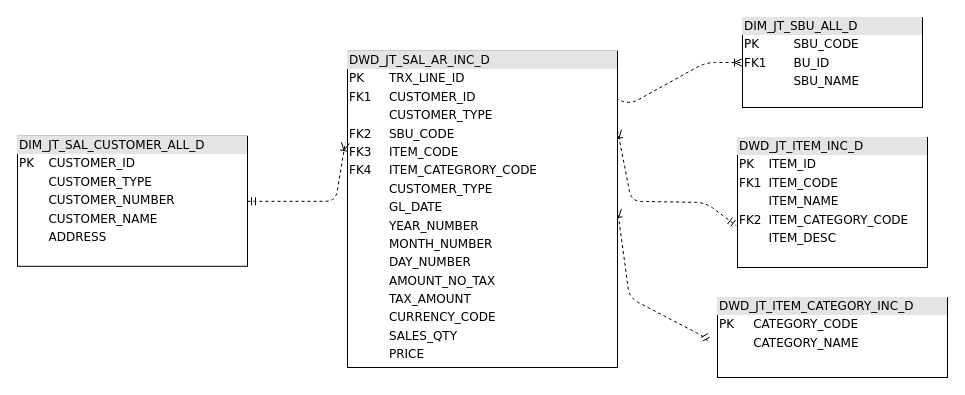
YMS-QC/YMS-QC.github.io keeps this draw.io diagram as Untitled Diagram.drawio. Above is the earlier version. Source tidied: cells renumbered, new cells numbered last; positions are measured from the earlier drawing's top-left corner, leaving out a move shared by most shapes. Both pictures are drawn from the tidied source at 100%, with x=0, y=0 at pixel (17, 17).
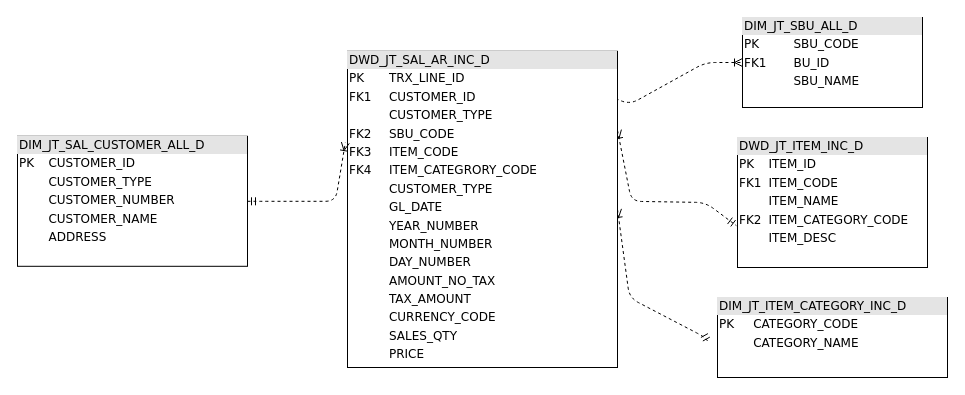
The same page after the edit.

Diff of the diagram source:
```diff
@@
 <mxGraphModel background="#ffffff">
   <root>
     <mxCell id="0" />
     <mxCell id="1" parent="0" />
     <mxCell id="2" style="edgeStyle=orthogonalEdgeStyle;html=1;dashed=1;labelBackgroundColor=none;startArrow=ERmandOne;endArrow=ERoneToMany;fontFamily=Verdana;fontSize=12;align=left;entryX=0;entryY=0.5;exitX=0.75;exitY=0.056;exitDx=0;exitDy=0;exitPerimeter=0;rounded=1;noEdgeStyle=1;orthogonal=1;" parent="1" edge="1" source="6" target="8">
       <mxGeometry relative="1" as="geometry">
         <Array as="points">
           <mxPoint x="612" y="87.1" />
           <mxPoint x="688" y="45" />
         </Array>
       </mxGeometry>
     </mxCell>
     <mxCell id="3" value="&lt;div style=&quot;box-sizing: border-box ; width: 100% ; background: #e4e4e4 ; padding: 2px&quot;&gt;DIM_JT_SAL_CUSTOMER_ALL_D&lt;/div&gt;&lt;table style=&quot;width: 100% ; font-size: 1em&quot; cellpadding=&quot;2&quot; cellspacing=&quot;0&quot;&gt;&lt;tbody&gt;&lt;tr&gt;&lt;td&gt;PK&lt;/td&gt;&lt;td&gt;CUSTOMER_ID&lt;/td&gt;&lt;/tr&gt;&lt;tr&gt;&lt;td&gt;&lt;br&gt;&lt;/td&gt;&lt;td&gt;CUSTOMER_TYPE&lt;/td&gt;&lt;/tr&gt;&lt;tr&gt;&lt;td&gt;&lt;/td&gt;&lt;td&gt;CUSTOMER_NUMBER&lt;/td&gt;&lt;/tr&gt;&lt;tr&gt;&lt;td&gt;&lt;br&gt;&lt;/td&gt;&lt;td&gt;CUSTOMER_NAME&lt;/td&gt;&lt;/tr&gt;&lt;tr&gt;&lt;td&gt;&lt;br&gt;&lt;/td&gt;&lt;td&gt;ADDRESS&lt;/td&gt;&lt;/tr&gt;&lt;tr&gt;&lt;td&gt;&lt;br&gt;&lt;/td&gt;&lt;td&gt;&lt;br&gt;&lt;/td&gt;&lt;/tr&gt;&lt;/tbody&gt;&lt;/table&gt;" style="verticalAlign=top;align=left;overflow=fill;html=1;rounded=0;shadow=0;comic=0;labelBackgroundColor=none;strokeWidth=1;fontFamily=Verdana;fontSize=12;" parent="1" vertex="1">
       <mxGeometry y="118.8" width="230" height="130" as="geometry" />
     </mxCell>
     <mxCell id="4" style="edgeStyle=orthogonalEdgeStyle;rounded=1;jettySize=auto;html=1;exitX=1;exitY=0.25;exitDx=0;exitDy=0;strokeColor=#000000;dashed=1;endArrow=ERmandOne;endFill=0;entryX=-0.006;entryY=0.678;entryDx=0;entryDy=0;entryPerimeter=0;startArrow=ERoneToMany;startFill=0;noEdgeStyle=1;orthogonal=1;" parent="1" edge="1" source="6" target="7">
       <mxGeometry relative="1" as="geometry">
         <Array as="points">
           <mxPoint x="614" y="183.8" />
           <mxPoint x="688" y="185" />
         </Array>
       </mxGeometry>
     </mxCell>
     <mxCell id="5" style="edgeStyle=orthogonalEdgeStyle;rounded=1;jettySize=auto;html=1;exitX=1;exitY=0.5;exitDx=0;exitDy=0;entryX=-0.04;entryY=0.563;entryDx=0;entryDy=0;entryPerimeter=0;dashed=1;startArrow=ERoneToMany;startFill=0;endArrow=ERmandOne;endFill=0;strokeColor=#000000;noEdgeStyle=1;orthogonal=1;" parent="1" edge="1" source="6" target="10">
       <mxGeometry relative="1" as="geometry">
         <Array as="points">
           <mxPoint x="612" y="280.4" />
           <mxPoint x="688" y="320" />
         </Array>
       </mxGeometry>
     </mxCell>
     <mxCell id="6" value="&lt;div style=&quot;box-sizing: border-box ; width: 100% ; background: #e4e4e4 ; padding: 2px&quot;&gt;DWD_JT_SAL_AR_INC_D&lt;/div&gt;&lt;table style=&quot;width: 100% ; font-size: 1em&quot; cellpadding=&quot;2&quot; cellspacing=&quot;0&quot;&gt;&lt;tbody&gt;&lt;tr&gt;&lt;td&gt;PK&lt;/td&gt;&lt;td&gt;TRX_LINE_ID&lt;/td&gt;&lt;/tr&gt;&lt;tr&gt;&lt;td&gt;FK1&lt;/td&gt;&lt;td&gt;CUSTOMER_ID&lt;/td&gt;&lt;/tr&gt;&lt;tr&gt;&lt;td&gt;&lt;br&gt;&lt;/td&gt;&lt;td&gt;CUSTOMER_TYPE&lt;/td&gt;&lt;/tr&gt;&lt;tr&gt;&lt;td&gt;FK2&lt;br&gt;&lt;/td&gt;&lt;td&gt;SBU_CODE&lt;br&gt;&lt;/td&gt;&lt;/tr&gt;&lt;tr&gt;&lt;td&gt;FK3&lt;br&gt;&lt;/td&gt;&lt;td&gt;ITEM_CODE&lt;/td&gt;&lt;/tr&gt;&lt;tr&gt;&lt;td&gt;FK4&lt;br&gt;&lt;/td&gt;&lt;td&gt;ITEM_CATEGRORY_CODE&lt;/td&gt;&lt;/tr&gt;&lt;tr&gt;&lt;td&gt;&lt;br&gt;&lt;/td&gt;&lt;td&gt;CUSTOMER_TYPE&lt;/td&gt;&lt;/tr&gt;&lt;tr&gt;&lt;td&gt;&lt;br&gt;&lt;/td&gt;&lt;td&gt;GL_DATE&lt;br&gt;&lt;/td&gt;&lt;/tr&gt;&lt;tr&gt;&lt;td&gt;&lt;br&gt;&lt;/td&gt;&lt;td&gt;YEAR_NUMBER&lt;br&gt;&lt;/td&gt;&lt;/tr&gt;&lt;tr&gt;&lt;td&gt;&lt;br&gt;&lt;/td&gt;&lt;td&gt;MONTH_NUMBER&lt;br&gt;&lt;/td&gt;&lt;/tr&gt;&lt;tr&gt;&lt;td&gt;&lt;br&gt;&lt;/td&gt;&lt;td&gt;DAY_NUMBER&lt;/td&gt;&lt;/tr&gt;&lt;tr&gt;&lt;td&gt;&lt;br&gt;&lt;/td&gt;&lt;td&gt;AMOUNT_NO_TAX&lt;/td&gt;&lt;/tr&gt;&lt;tr&gt;&lt;td&gt;&lt;br&gt;&lt;/td&gt;&lt;td&gt;TAX_AMOUNT&lt;/td&gt;&lt;/tr&gt;&lt;tr&gt;&lt;td&gt;&lt;br&gt;&lt;/td&gt;&lt;td&gt;CURRENCY_CODE&lt;/td&gt;&lt;/tr&gt;&lt;tr&gt;&lt;td&gt;&lt;br&gt;&lt;/td&gt;&lt;td&gt;SALES_QTY&lt;/td&gt;&lt;/tr&gt;&lt;tr&gt;&lt;td&gt;&lt;br&gt;&lt;/td&gt;&lt;td&gt;PRICE&lt;/td&gt;&lt;/tr&gt;&lt;/tbody&gt;&lt;/table&gt;" style="verticalAlign=top;align=left;overflow=fill;html=1;rounded=0;shadow=0;comic=0;labelBackgroundColor=none;strokeWidth=1;fontFamily=Verdana;fontSize=12;" parent="1" vertex="1">
       <mxGeometry x="330" y="33.8" width="270" height="316.2" as="geometry" />
     </mxCell>
     <mxCell id="7" value="&lt;div style=&quot;box-sizing: border-box ; width: 100% ; background: #e4e4e4 ; padding: 2px&quot;&gt;DWD_JT_ITEM_INC_D&lt;/div&gt;&lt;table style=&quot;width: 100% ; font-size: 1em&quot; cellpadding=&quot;2&quot; cellspacing=&quot;0&quot;&gt;&lt;tbody&gt;&lt;tr&gt;&lt;td&gt;PK&lt;/td&gt;&lt;td&gt;ITEM_ID&lt;/td&gt;&lt;/tr&gt;&lt;tr&gt;&lt;td&gt;FK1&lt;/td&gt;&lt;td&gt;ITEM_CODE&lt;/td&gt;&lt;/tr&gt;&lt;tr&gt;&lt;td&gt;&lt;/td&gt;&lt;td&gt;ITEM_NAME&lt;/td&gt;&lt;/tr&gt;&lt;tr&gt;&lt;td&gt;FK2&lt;/td&gt;&lt;td&gt;ITEM_CATEGORY_CODE&lt;/td&gt;&lt;/tr&gt;&lt;tr&gt;&lt;td&gt;&lt;br&gt;&lt;/td&gt;&lt;td&gt;ITEM_DESC&lt;/td&gt;&lt;/tr&gt;&lt;/tbody&gt;&lt;/table&gt;" style="verticalAlign=top;align=left;overflow=fill;html=1;rounded=0;shadow=0;comic=0;labelBackgroundColor=none;strokeWidth=1;fontFamily=Verdana;fontSize=12;" parent="1" vertex="1">
       <mxGeometry x="720" y="120" width="190" height="130" as="geometry" />
     </mxCell>
     <mxCell id="8" value="&lt;div style=&quot;box-sizing: border-box ; width: 100% ; background: #e4e4e4 ; padding: 2px&quot;&gt;DIM_JT_SBU_ALL_D&lt;/div&gt;&lt;table style=&quot;width: 100% ; font-size: 1em&quot; cellpadding=&quot;2&quot; cellspacing=&quot;0&quot;&gt;&lt;tbody&gt;&lt;tr&gt;&lt;td&gt;PK&lt;/td&gt;&lt;td&gt;SBU_CODE&lt;/td&gt;&lt;/tr&gt;&lt;tr&gt;&lt;td&gt;FK1&lt;/td&gt;&lt;td&gt;BU_ID&lt;/td&gt;&lt;/tr&gt;&lt;tr&gt;&lt;td&gt;&lt;br&gt;&lt;/td&gt;&lt;td&gt;SBU_NAME&lt;br&gt;&lt;/td&gt;&lt;/tr&gt;&lt;/tbody&gt;&lt;/table&gt;" style="verticalAlign=top;align=left;overflow=fill;html=1;rounded=0;shadow=0;comic=0;labelBackgroundColor=none;strokeWidth=1;fontFamily=Verdana;fontSize=12;" parent="1" vertex="1">
       <mxGeometry x="725" width="180" height="90" as="geometry" />
     </mxCell>
     <mxCell id="9" style="edgeStyle=orthogonalEdgeStyle;html=1;dashed=1;labelBackgroundColor=none;startArrow=ERmandOne;endArrow=ERoneToMany;fontFamily=Verdana;fontSize=12;align=left;entryX=-0.008;entryY=0.289;exitX=1;exitY=0.5;exitDx=0;exitDy=0;entryDx=0;entryDy=0;entryPerimeter=0;noEdgeStyle=1;orthogonal=1;" parent="1" edge="1" source="3" target="6">
       <mxGeometry relative="1" as="geometry">
         <Array as="points">
           <mxPoint x="242" y="183.8" />
           <mxPoint x="318" y="183.8" />
         </Array>
       </mxGeometry>
     </mxCell>
-    <mxCell id="10" value="&lt;div style=&quot;box-sizing: border-box ; width: 100% ; background: #e4e4e4 ; padding: 2px&quot;&gt;DWD_JT_ITEM_CATEGORY_INC_D&lt;/div&gt;&lt;table style=&quot;width: 100% ; font-size: 1em&quot; cellpadding=&quot;2&quot; cellspacing=&quot;0&quot;&gt;&lt;tbody&gt;&lt;tr&gt;&lt;td&gt;PK&lt;/td&gt;&lt;td&gt;CATEGORY_CODE&lt;/td&gt;&lt;/tr&gt;&lt;tr&gt;&lt;td&gt;&lt;/td&gt;&lt;td&gt;CATEGORY_NAME&lt;/td&gt;&lt;/tr&gt;&lt;/tbody&gt;&lt;/table&gt;" style="verticalAlign=top;align=left;overflow=fill;html=1;rounded=0;shadow=0;comic=0;labelBackgroundColor=none;strokeWidth=1;fontFamily=Verdana;fontSize=12;" parent="1" vertex="1">
+    <mxCell id="10" value="&lt;div style=&quot;box-sizing: border-box ; width: 100% ; background: #e4e4e4 ; padding: 2px&quot;&gt;DIM_JT_ITEM_CATEGORY_INC_D&lt;/div&gt;&lt;table style=&quot;width: 100% ; font-size: 1em&quot; cellpadding=&quot;2&quot; cellspacing=&quot;0&quot;&gt;&lt;tbody&gt;&lt;tr&gt;&lt;td&gt;PK&lt;/td&gt;&lt;td&gt;CATEGORY_CODE&lt;/td&gt;&lt;/tr&gt;&lt;tr&gt;&lt;td&gt;&lt;/td&gt;&lt;td&gt;CATEGORY_NAME&lt;/td&gt;&lt;/tr&gt;&lt;/tbody&gt;&lt;/table&gt;" style="verticalAlign=top;align=left;overflow=fill;html=1;rounded=0;shadow=0;comic=0;labelBackgroundColor=none;strokeWidth=1;fontFamily=Verdana;fontSize=12;" parent="1" vertex="1">
       <mxGeometry x="700" y="280" width="230" height="80" as="geometry" />
     </mxCell>
   </root>
 </mxGraphModel>
```
